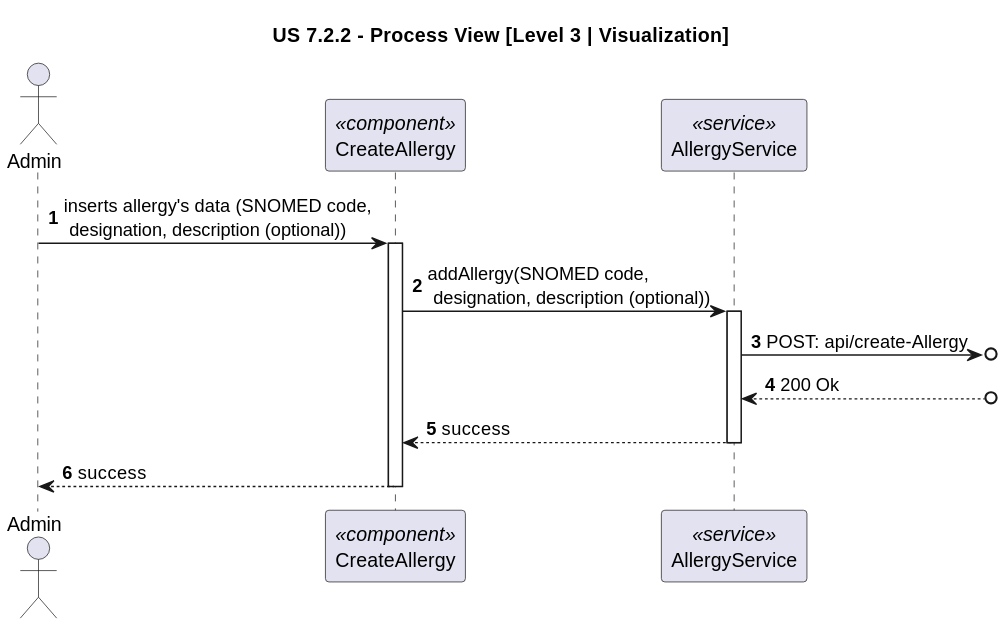
The PlantUML diagram docs/sprint-3/1220683/us-7.2.2/Process_View/Level-3/us7.2.2-process-view-visualization-lvl3.svg in rita-barbosa/LAPR5-2425, before a commit.
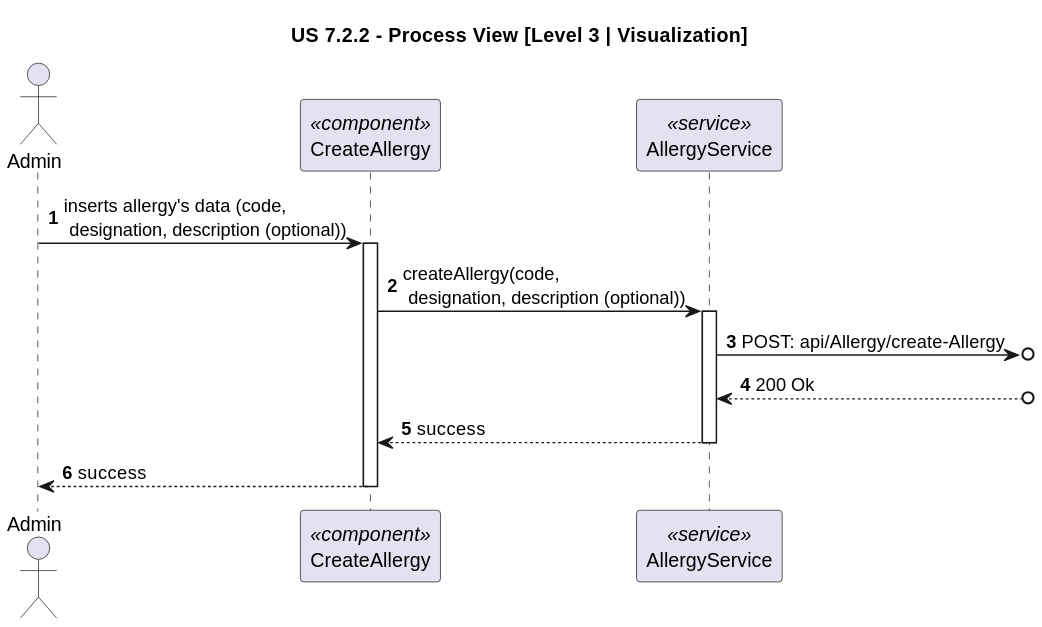
Later version of the same file.

The edit, as a diff of the source:
```diff
@@ -6,13 +6,13 @@
 participant "CreateAllergy" as UPP <<component>>
 participant "AllergyService" as PS <<service>>
 
-USER -> UPP : inserts allergy's data (SNOMED code,\n designation, description (optional))
+USER -> UPP : inserts allergy's data (code,\n designation, description (optional))
 activate UPP
 
-UPP -> PS : addAllergy(SNOMED code,\n designation, description (optional))
+UPP -> PS : createAllergy(code,\n designation, description (optional))
 activate PS
 
-PS ->o] : POST: api/create-Allergy
+PS ->o] : POST: api/Allergy/create-Allergy
 
 PS <--o] : 200 Ok
 
```
